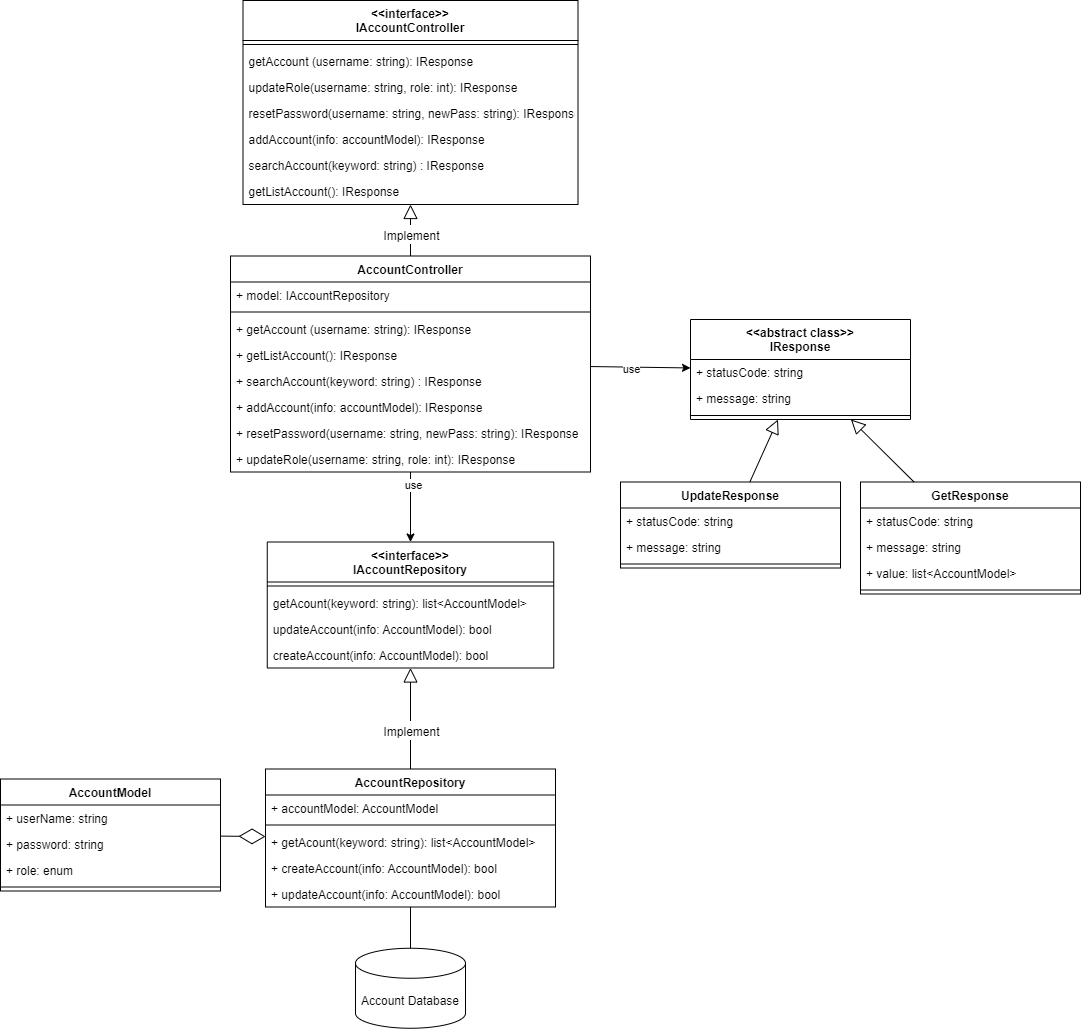
This is img/Architecture/service/AccountService.png from hienbui-iwrp/DACN_report, a draw.io export, as it was before one commit. Source tidied: cells renumbered, new cells last; positions are measured from the earlier drawing's top-left corner, leaving out a move shared by most shapes.
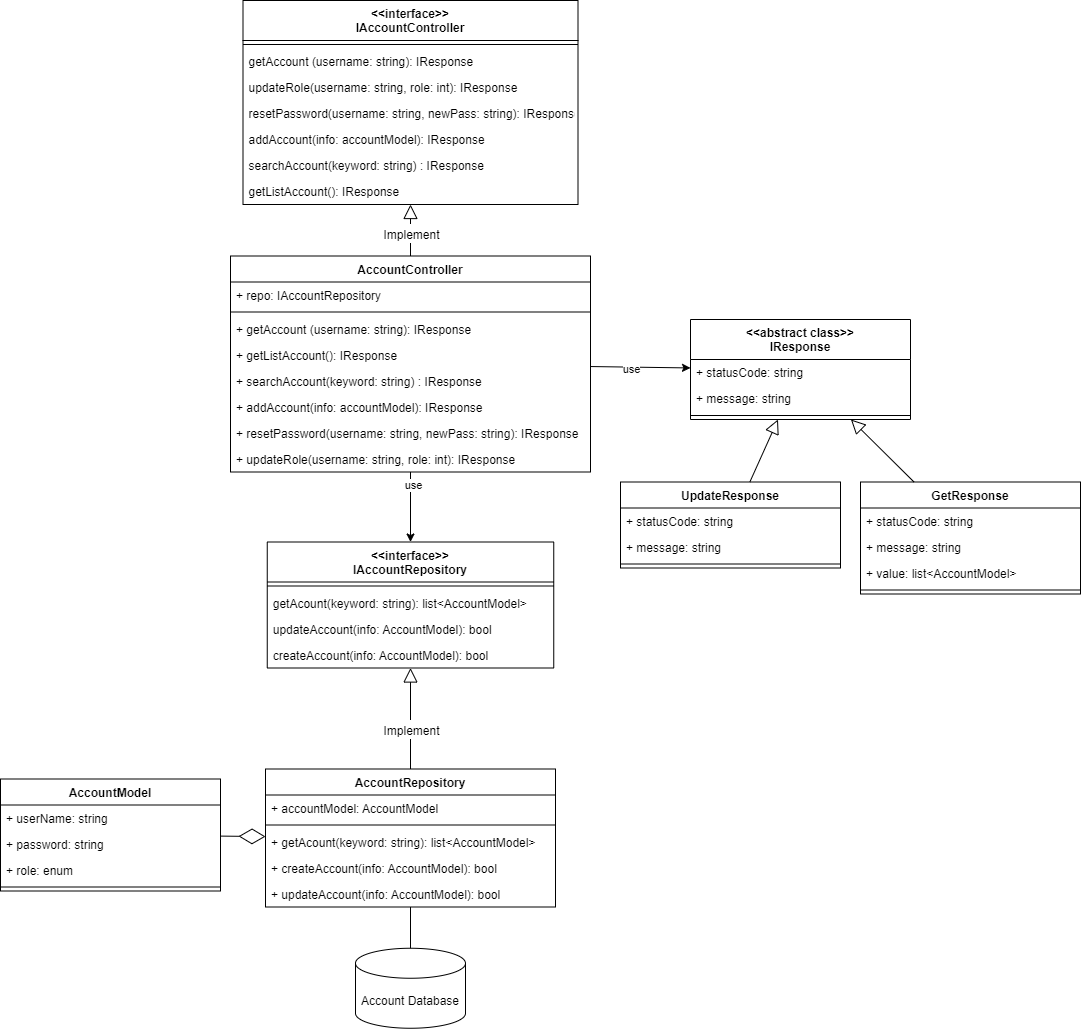
Later version of the same file.

Commit message:
update statistic service

What changed in the source:
```diff
@@ -17,7 +17,7 @@
     <mxCell id="6" value="AccountController" style="swimlane;fontStyle=1;align=center;verticalAlign=top;horizontal=1;startSize=26;" parent="1" vertex="1">
       <mxGeometry x="230" y="255.5" width="360" height="216" as="geometry" />
     </mxCell>
-    <mxCell id="7" value="+ model: IAccountRepository" style="text;strokeColor=none;fillColor=none;align=left;verticalAlign=top;spacingLeft=4;spacingRight=4;overflow=hidden;" parent="6" vertex="1">
+    <mxCell id="7" value="+ repo: IAccountRepository" style="text;strokeColor=none;fillColor=none;align=left;verticalAlign=top;spacingLeft=4;spacingRight=4;overflow=hidden;" parent="6" vertex="1">
       <mxGeometry y="26" width="360" height="26" as="geometry" />
     </mxCell>
     <mxCell id="8" style="line;strokeWidth=1;fillColor=none;align=left;verticalAlign=middle;spacingTop=-1;spacingLeft=3;spacingRight=3;labelPosition=right;strokeColor=inherit;" parent="6" vertex="1">
```
